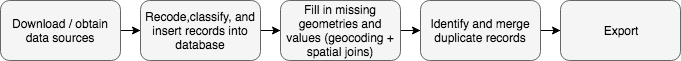
The draw.io diagram diagrams/FacDB_HighLevel.png in NYCPlanning/db-facilities-old, before a commit. Source tidied: cells renumbered, new cells last; positions are measured from the earlier drawing's top-left corner, leaving out a move shared by most shapes.
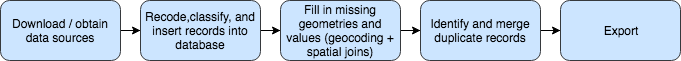
Above is the later version.

Commit message:
updated assembly diagram

The edit, as a diff of the source:
```diff
@@ -5,28 +5,28 @@
     <mxCell id="2" style="edgeStyle=orthogonalEdgeStyle;rounded=0;html=1;jettySize=auto;" parent="1" edge="1" source="3" target="5">
       <mxGeometry relative="1" as="geometry" />
     </mxCell>
-    <mxCell id="3" value="Download / obtain data sources" style="rounded=1;whiteSpace=wrap;html=1;fillColor=#f5f5f5;strokeColor=#666666;" parent="1" vertex="1">
+    <mxCell id="3" value="Download / obtain data sources" style="rounded=1;whiteSpace=wrap;html=1;fillColor=#cce5ff;strokeColor=#36393d;" parent="1" vertex="1">
       <mxGeometry width="120" height="60" as="geometry" />
     </mxCell>
     <mxCell id="4" style="edgeStyle=orthogonalEdgeStyle;rounded=0;html=1;jettySize=auto;" parent="1" edge="1" source="5" target="7">
       <mxGeometry relative="1" as="geometry" />
     </mxCell>
-    <mxCell id="5" value="&lt;div&gt;&lt;span&gt;Recode,classify, and insert records into &lt;/span&gt;&lt;span&gt;database&lt;/span&gt;&lt;/div&gt;" style="rounded=1;whiteSpace=wrap;html=1;fillColor=#f5f5f5;strokeColor=#666666;" parent="1" vertex="1">
+    <mxCell id="5" value="&lt;div&gt;&lt;span&gt;Recode,classify, and insert records into &lt;/span&gt;&lt;span&gt;database&lt;/span&gt;&lt;/div&gt;" style="rounded=1;whiteSpace=wrap;html=1;fillColor=#cce5ff;strokeColor=#36393d;" parent="1" vertex="1">
       <mxGeometry x="140" width="120" height="60" as="geometry" />
     </mxCell>
     <mxCell id="6" style="edgeStyle=orthogonalEdgeStyle;rounded=0;html=1;jettySize=auto;" parent="1" edge="1" source="7" target="9">
       <mxGeometry relative="1" as="geometry" />
     </mxCell>
-    <mxCell id="7" value="&lt;div&gt;&lt;span&gt;Fill in missing geometries and &lt;/span&gt;&lt;span&gt;values&amp;nbsp;&lt;/span&gt;&lt;span&gt;(geocoding + spatial joins)&lt;/span&gt;&lt;/div&gt;" style="rounded=1;whiteSpace=wrap;html=1;fillColor=#f5f5f5;strokeColor=#666666;" parent="1" vertex="1">
+    <mxCell id="7" value="&lt;div&gt;&lt;span&gt;Fill in missing geometries and &lt;/span&gt;&lt;span&gt;values&amp;nbsp;&lt;/span&gt;&lt;span&gt;(geocoding + spatial joins)&lt;/span&gt;&lt;/div&gt;" style="rounded=1;whiteSpace=wrap;html=1;fillColor=#cce5ff;strokeColor=#36393d;" parent="1" vertex="1">
       <mxGeometry x="280" width="120" height="60" as="geometry" />
     </mxCell>
     <mxCell id="8" style="edgeStyle=orthogonalEdgeStyle;rounded=0;html=1;jettySize=auto;" parent="1" edge="1" source="9" target="10">
       <mxGeometry relative="1" as="geometry" />
     </mxCell>
-    <mxCell id="9" value="&lt;div&gt;&lt;span&gt;Identify and merge duplicate records&lt;/span&gt;&lt;/div&gt;" style="rounded=1;whiteSpace=wrap;html=1;fillColor=#f5f5f5;strokeColor=#666666;" parent="1" vertex="1">
+    <mxCell id="9" value="&lt;div&gt;&lt;span&gt;Identify and merge duplicate records&lt;/span&gt;&lt;/div&gt;" style="rounded=1;whiteSpace=wrap;html=1;fillColor=#cce5ff;strokeColor=#36393d;" parent="1" vertex="1">
       <mxGeometry x="420" width="120" height="60" as="geometry" />
     </mxCell>
-    <mxCell id="10" value="&lt;div&gt;&lt;span&gt;Export&lt;/span&gt;&lt;/div&gt;" style="rounded=1;whiteSpace=wrap;html=1;fillColor=#f5f5f5;strokeColor=#666666;" parent="1" vertex="1">
+    <mxCell id="10" value="&lt;div&gt;&lt;span&gt;Export&lt;/span&gt;&lt;/div&gt;" style="rounded=1;whiteSpace=wrap;html=1;fillColor=#cce5ff;strokeColor=#36393d;" parent="1" vertex="1">
       <mxGeometry x="560" width="120" height="60" as="geometry" />
     </mxCell>
   </root>
```
